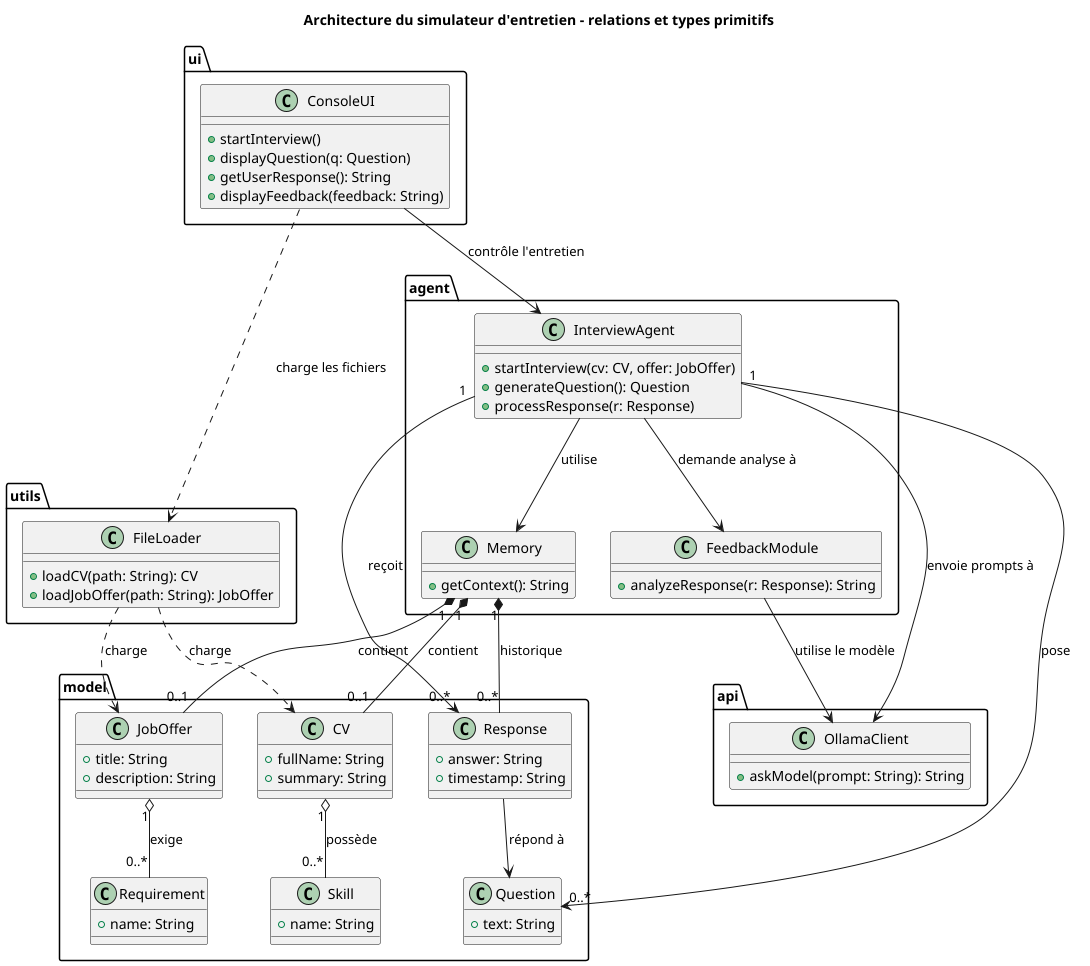
This is docs/diagramme_uml.png from SoulierEnzo/projet-prog-pro, a PlantUML export, as it was before one commit.
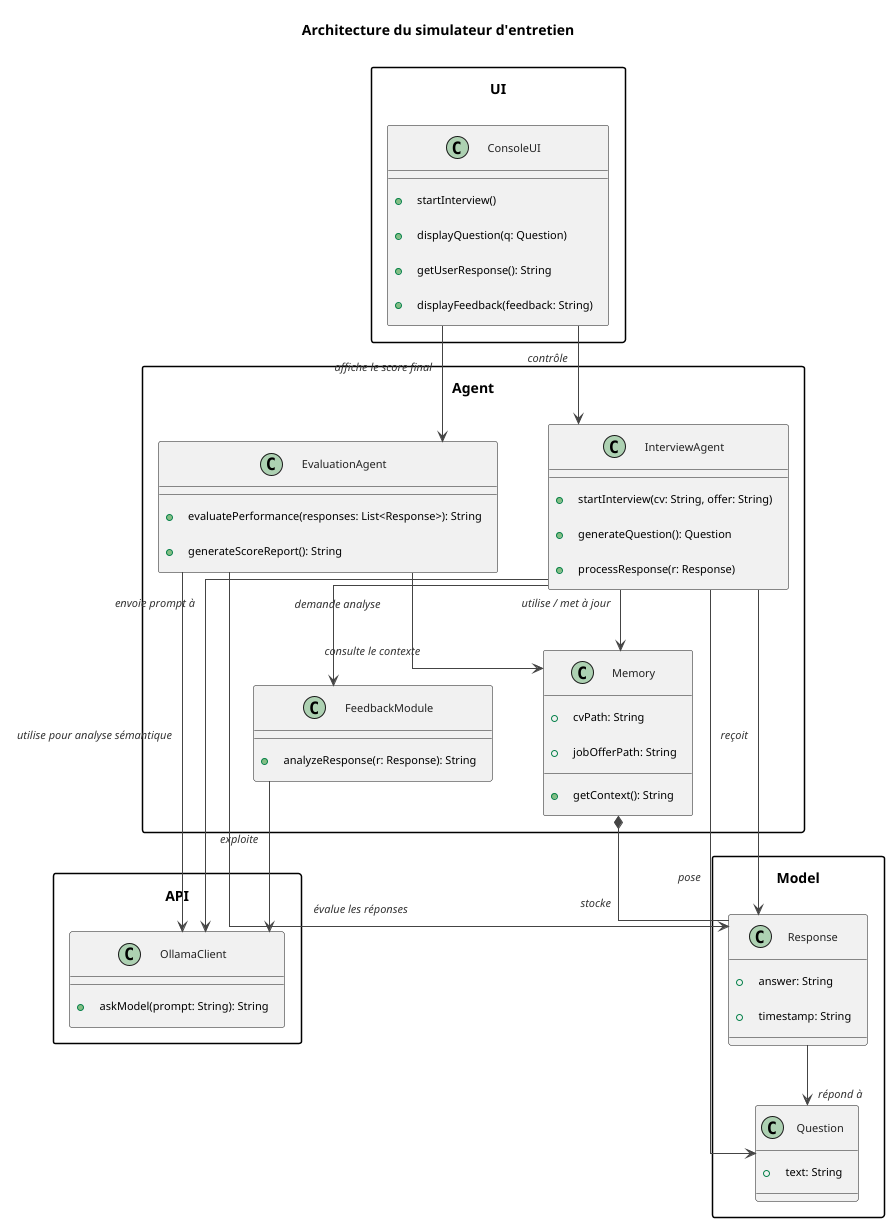
After the change.

Commit message:
cahngement diagramme UML

The edit, as a diff of the source:
```diff
@@ -1,7 +1,22 @@
 @startuml
-title Architecture du simulateur d'entretien - relations et types primitifs
+title Architecture du simulateur d'entretien
 
-package "ui" {
+skinparam linetype ortho
+skinparam shadowing false
+skinparam ArrowThickness 1
+skinparam ArrowColor #444444
+skinparam classFontSize 12
+skinparam classAttributeFontSize 11
+skinparam classFontColor #222222
+skinparam ArrowFontSize 11
+skinparam ArrowFontColor #333333
+skinparam ArrowFontStyle italic
+skinparam Padding 10
+skinparam RankSep 60
+skinparam NodeSep 50
+skinparam packageStyle rectangle
+
+package "UI" {
   class ConsoleUI {
     +startInterview()
     +displayQuestion(q: Question)
@@ -10,39 +25,36 @@
   }
 }
 
-package "agent" {
+package "Agent" {
   class InterviewAgent {
-    +startInterview(cv: CV, offer: JobOffer)
+    +startInterview(cv: String, offer: String)
     +generateQuestion(): Question
     +processResponse(r: Response)
   }
 
   class Memory {
+    +cvPath: String
+    +jobOfferPath: String
     +getContext(): String
   }
 
   class FeedbackModule {
     +analyzeResponse(r: Response): String
   }
+
+  class EvaluationAgent {
+    +evaluatePerformance(responses: List<Response>): String
+    +generateScoreReport(): String
+  }
 }
 
-package "api" {
+package "API" {
   class OllamaClient {
     +askModel(prompt: String): String
   }
 }
 
-package "model" {
-  class CV {
-    +fullName: String
-    +summary: String
-  }
-
-  class JobOffer {
-    +title: String
-    +description: String
-  }
-
+package "Model" {
   class Question {
     +text: String
   }
@@ -51,43 +63,21 @@
     +answer: String
     +timestamp: String
   }
-
-  class Skill {
-    +name: String
-  }
-
-  class Requirement {
-    +name: String
-  }
 }
 
-package "utils" {
-  class FileLoader {
-    +loadCV(path: String): CV
-    +loadJobOffer(path: String): JobOffer
-  }
-}
+ConsoleUI --> InterviewAgent : contrôle
+InterviewAgent --> Memory : utilise / met à jour
+InterviewAgent --> FeedbackModule : demande analyse
+InterviewAgent --> OllamaClient : envoie prompt à
+FeedbackModule --> OllamaClient : exploite
+Memory *-- Response : stocke
+InterviewAgent --> Question : pose
+InterviewAgent --> Response : reçoit
+Response --> Question : répond à
 
-ConsoleUI --> InterviewAgent : contrôle l'entretien
-InterviewAgent --> Memory : utilise
-InterviewAgent --> OllamaClient : envoie prompts à
-InterviewAgent --> FeedbackModule : demande analyse à
-FeedbackModule --> OllamaClient : utilise le modèle
-
-Memory "1" *-- "0..*" Response : historique
-Memory "1" *-- "0..1" CV : contient
-Memory "1" *-- "0..1" JobOffer : contient
-
-CV "1" o-- "0..*" Skill : possède
-JobOffer "1" o-- "0..*" Requirement : exige
-
-InterviewAgent "1" --> "0..*" Question : pose
-InterviewAgent "1" --> "0..*" Response : reçoit
-Response --> Question : "répond à"
-
-FileLoader ..> CV : charge
-FileLoader ..> JobOffer : charge
-ConsoleUI ..> FileLoader : charge les fichiers
-
+EvaluationAgent --> OllamaClient : utilise pour analyse sémantique
+EvaluationAgent --> Memory : consulte le contexte
+EvaluationAgent --> Response : évalue les réponses
+ConsoleUI --> EvaluationAgent : affiche le score final
 
 @enduml
```
